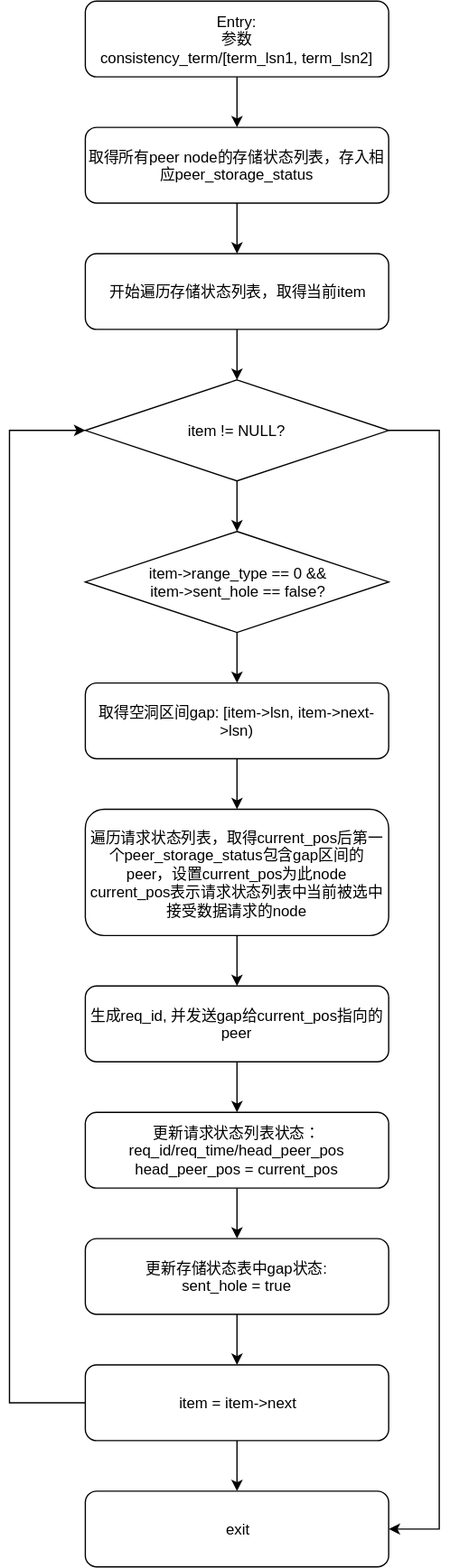
simbahebinbo/smallfat.github.io keeps this draw.io diagram as attachments/1629428465960.drawio.svg. Above is the earlier version. Source tidied: cells renumbered, new cells last; positions are measured from the earlier drawing's top-left corner, leaving out a move shared by most shapes.
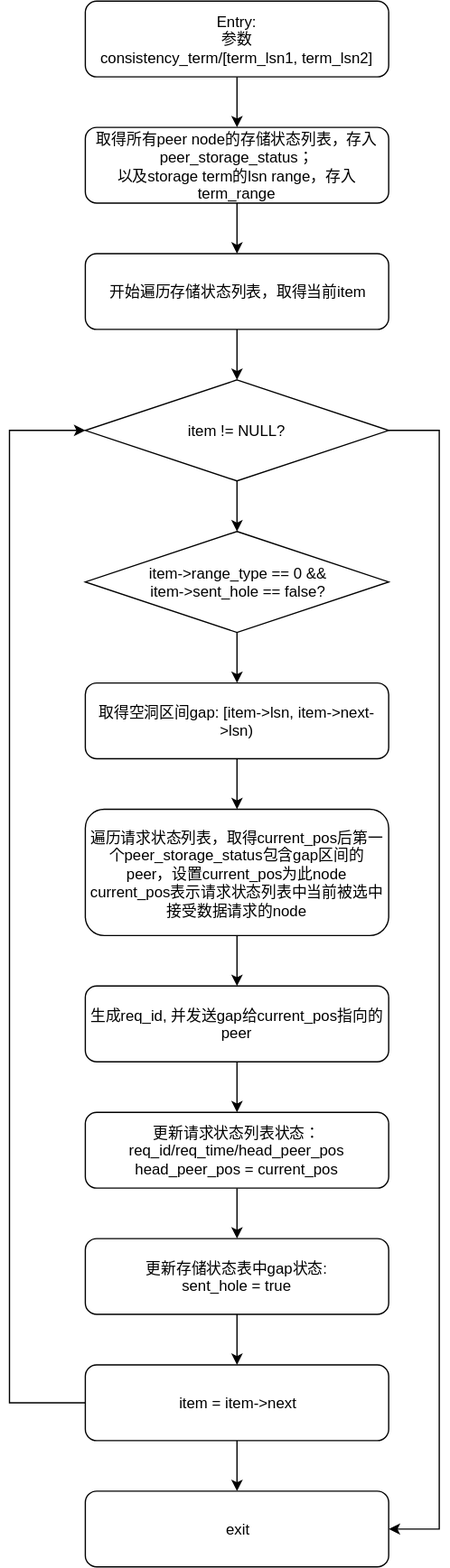
The same diagram one commit later.

Commit message:
添加附件 : attachments/1629428465960.drawio.svg

Change to the diagram source:
```diff
@@ -5,7 +5,7 @@
     <mxCell id="2" style="edgeStyle=orthogonalEdgeStyle;rounded=0;jettySize=auto;html=1;" parent="1" edge="1" source="3" target="5">
       <mxGeometry relative="1" as="geometry" />
     </mxCell>
-    <mxCell id="3" value="取得所有peer node的存储状态列表，存入相应peer_storage_status" style="rounded=1;whiteSpace=wrap;html=1;" parent="1" vertex="1">
+    <mxCell id="3" value="取得所有peer node的存储状态列表，存入peer_storage_status；&lt;br&gt;以及storage term的lsn range，存入term_range" style="rounded=1;whiteSpace=wrap;html=1;" parent="1" vertex="1">
       <mxGeometry x="60" y="100" width="240" height="60" as="geometry" />
     </mxCell>
     <mxCell id="4" style="edgeStyle=orthogonalEdgeStyle;rounded=0;jettySize=auto;html=1;" parent="1" edge="1" source="5" target="14">
```
